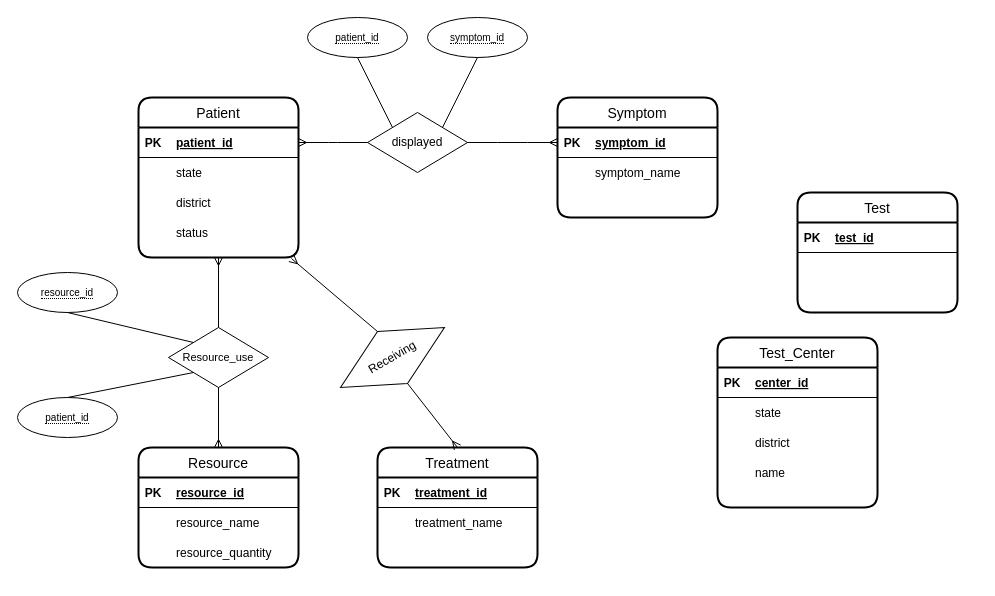
Earlier version of the draw.io diagram DBMS_Lab/ER.drawio (nespar7/Spring_23). Source tidied: cells renumbered, new cells numbered last; positions are measured from the earlier drawing's top-left corner, leaving out a move shared by most shapes. Both pictures are drawn from the tidied source at 100%, with x=0, y=0 at pixel (17, 17).
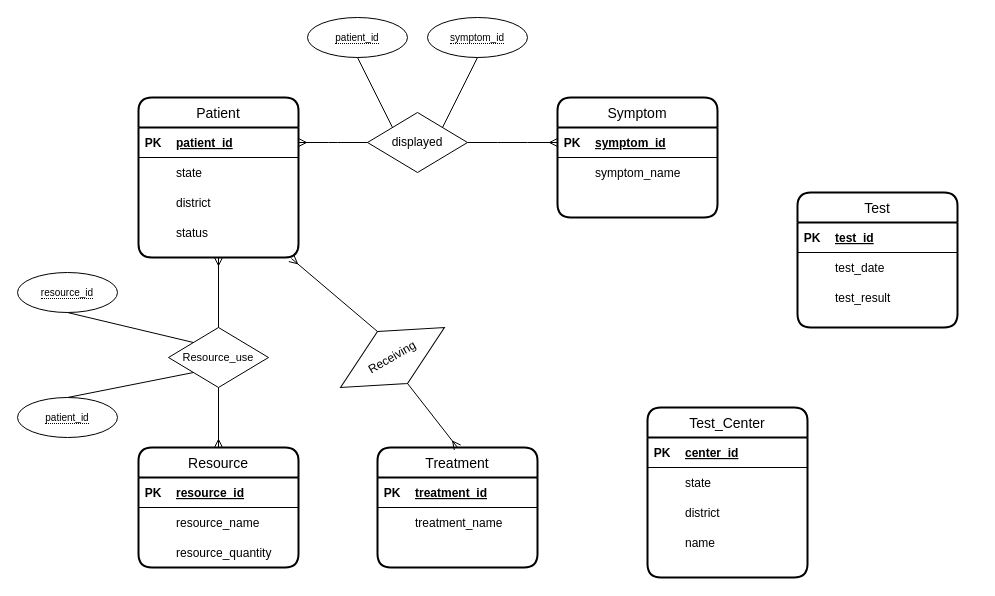
After the change.

Diff of the diagram source:
```diff
@@
     <mxCell id="67" value="Test_Center" style="swimlane;horizontal=1;startSize=30;rounded=1;fontSize=14;fontStyle=0;strokeWidth=2;shadow=0;dashed=0;align=center;sketch=0;" parent="1" vertex="1">
-      <mxGeometry x="700" y="320" width="160" height="170" as="geometry" />
+      <mxGeometry x="630" y="390" width="160" height="170" as="geometry" />
     </mxCell>
@@
     <mxCell id="81" value="Test" style="swimlane;horizontal=1;startSize=30;rounded=1;fontSize=14;fontStyle=0;strokeWidth=2;shadow=0;dashed=0;align=center;sketch=0;" parent="1" vertex="1">
-      <mxGeometry x="780" y="175" width="160" height="120" as="geometry" />
+      <mxGeometry x="780" y="175" width="160" height="135" as="geometry" />
     </mxCell>
     <mxCell id="82" style="shape=table;startSize=0;childLayout=tableLayout;rowLines=0;fontStyle=0;align=center;strokeColor=none;fillColor=none;rounded=0;shadow=0;sketch=0;fontSize=12;" parent="81" vertex="1">
-      <mxGeometry y="30" width="160" height="90" as="geometry" />
+      <mxGeometry y="30" width="160" height="105" as="geometry" />
     </mxCell>
@@
+    <mxCell id="86" style="shape=tableRow;horizontal=0;startSize=0;swimlaneHead=0;swimlaneBody=0;fillColor=none;top=0;left=0;right=0;bottom=0;rounded=0;shadow=0;sketch=0;fontSize=12;" parent="82" vertex="1">
+      <mxGeometry y="30" width="160" height="30" as="geometry" />
+    </mxCell>
+    <mxCell id="87" style="shape=partialRectangle;fillColor=none;top=0;left=0;bottom=0;right=0;overflow=hidden;rounded=0;shadow=0;sketch=0;fontSize=12;" parent="86" vertex="1">
+      <mxGeometry width="30" height="30" as="geometry" />
+    </mxCell>
+    <mxCell id="88" value="test_date" style="shape=partialRectangle;fillColor=none;top=0;left=0;bottom=0;right=0;align=left;spacingLeft=6;overflow=hidden;rounded=0;shadow=0;sketch=0;fontSize=12;" parent="86" vertex="1">
+      <mxGeometry x="30" width="130" height="30" as="geometry" />
+    </mxCell>
+    <mxCell id="89" style="shape=table;startSize=0;childLayout=tableLayout;rowLines=0;fontStyle=0;align=center;strokeColor=none;fillColor=none;rounded=0;shadow=0;sketch=0;fontSize=12;" parent="1" vertex="1">
+      <mxGeometry x="780" y="265" width="180" height="30" as="geometry" />
+    </mxCell>
+    <mxCell id="90" style="shape=tableRow;horizontal=0;startSize=0;swimlaneHead=0;swimlaneBody=0;fillColor=none;top=0;left=0;right=0;bottom=0;rounded=0;shadow=0;sketch=0;fontSize=12;" parent="89" vertex="1">
+      <mxGeometry width="180" height="30" as="geometry" />
+    </mxCell>
+    <mxCell id="91" style="shape=partialRectangle;fillColor=none;top=0;left=0;bottom=0;right=0;overflow=hidden;rounded=0;shadow=0;sketch=0;fontSize=12;" parent="90" vertex="1">
+      <mxGeometry width="30" height="30" as="geometry" />
+    </mxCell>
+    <mxCell id="92" value="test_result" style="shape=partialRectangle;fillColor=none;top=0;left=0;bottom=0;right=0;align=left;spacingLeft=6;overflow=hidden;rounded=0;shadow=0;sketch=0;fontSize=12;" parent="90" vertex="1">
+      <mxGeometry x="30" width="150" height="30" as="geometry" />
+    </mxCell>
```
